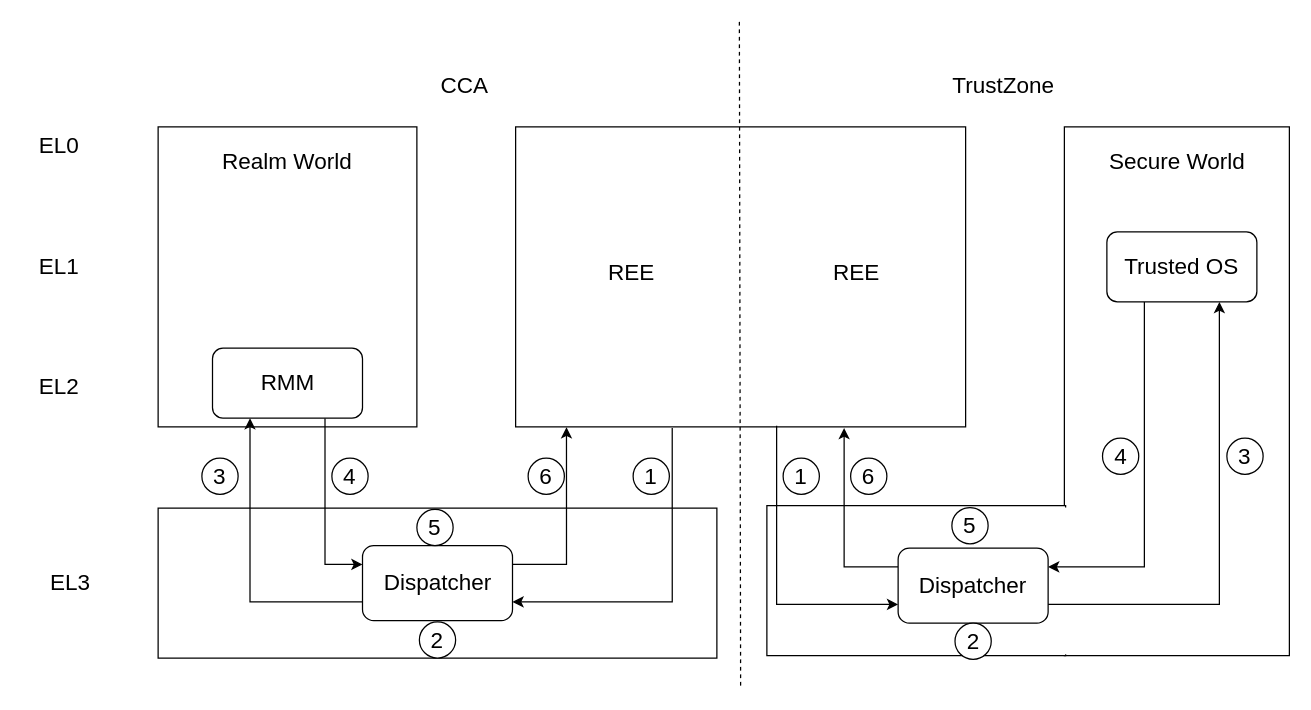
EdisonE3/vue_learn keeps this draw.io diagram as cs2.drawio. Above is the earlier version. Source tidied: cells renumbered, new cells numbered last; positions are measured from the earlier drawing's top-left corner, leaving out a move shared by most shapes. Both pictures are drawn from the tidied source at 125%, with x=0, y=0 at pixel (21, 21).
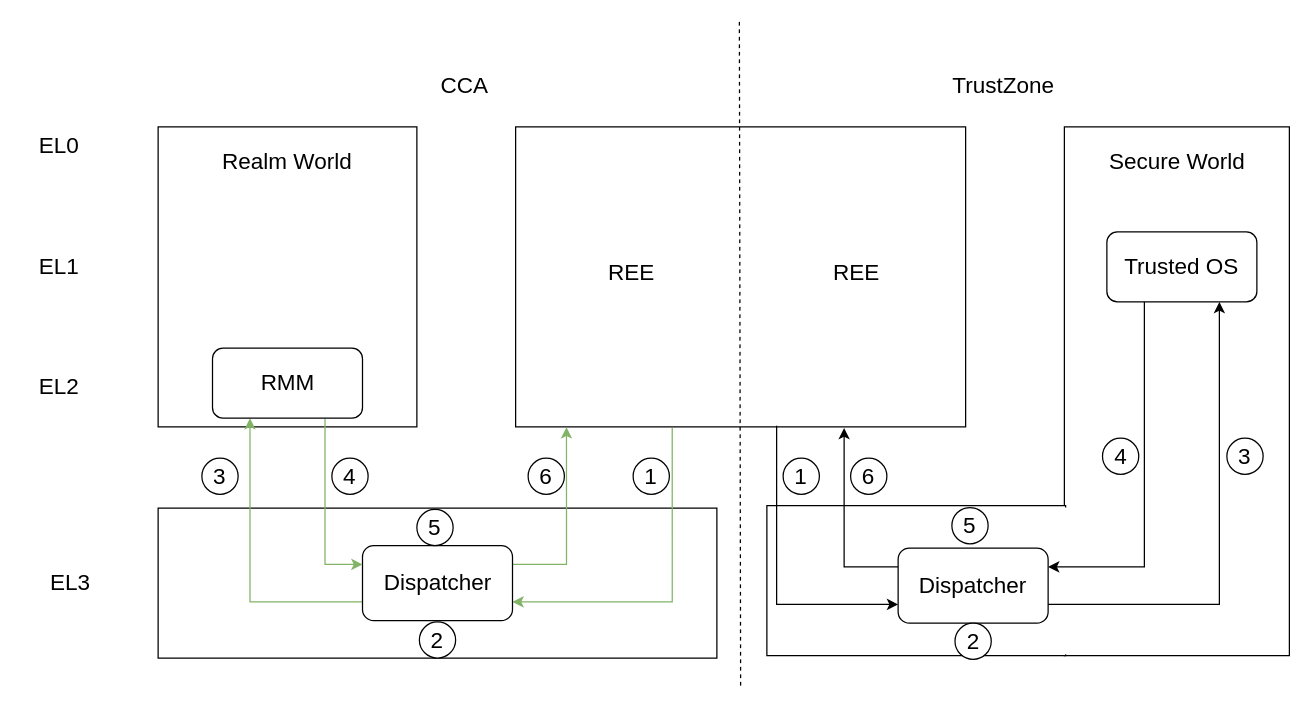
The same page after the edit.

The change refers to these unchanged cells:
```xml
<mxCell id="4" style="rounded=0;whiteSpace=wrap;html=1;" parent="1" vertex="1">
  <mxGeometry x="395" y="84" width="360" height="240" as="geometry" />
</mxCell>
<mxCell id="22" value="Dispatcher" style="rounded=1;whiteSpace=wrap;html=1;fontSize=18;fillColor=default;" parent="1" vertex="1">
  <mxGeometry x="272.5" y="419" width="120" height="60" as="geometry" />
</mxCell>
<mxCell id="28" value="RMM" style="rounded=1;whiteSpace=wrap;html=1;fontSize=18;fillColor=default;" parent="1" vertex="1">
  <mxGeometry x="152.5" y="261" width="120" height="56" as="geometry" />
</mxCell>
```

The edit, as a diff of the source:
```diff
@@
-    <mxCell id="3" style="edgeStyle=orthogonalEdgeStyle;rounded=0;jettySize=auto;html=1;exitX=0.348;exitY=1.004;exitDx=0;exitDy=0;entryX=1;entryY=0.75;entryDx=0;entryDy=0;fontSize=18;exitPerimeter=0;" parent="1" edge="1" source="4" target="22">
+    <mxCell id="3" style="edgeStyle=orthogonalEdgeStyle;rounded=0;jettySize=auto;html=1;exitX=0.348;exitY=1.004;exitDx=0;exitDy=0;entryX=1;entryY=0.75;entryDx=0;entryDy=0;fontSize=18;exitPerimeter=0;fillColor=#d5e8d4;strokeColor=#82b366;" parent="1" edge="1" source="4" target="22">
       <mxGeometry relative="1" as="geometry" />
     </mxCell>
@@
-    <mxCell id="20" style="edgeStyle=orthogonalEdgeStyle;rounded=0;jettySize=auto;html=1;exitX=0;exitY=0.75;exitDx=0;exitDy=0;entryX=0.25;entryY=1;entryDx=0;entryDy=0;fontSize=18;" parent="1" edge="1" source="22" target="28">
+    <mxCell id="20" style="edgeStyle=orthogonalEdgeStyle;rounded=0;jettySize=auto;html=1;exitX=0;exitY=0.75;exitDx=0;exitDy=0;entryX=0.25;entryY=1;entryDx=0;entryDy=0;fontSize=18;fillColor=#d5e8d4;strokeColor=#82b366;" parent="1" edge="1" source="22" target="28">
       <mxGeometry relative="1" as="geometry" />
     </mxCell>
-    <mxCell id="21" style="edgeStyle=orthogonalEdgeStyle;rounded=0;jettySize=auto;html=1;exitX=1;exitY=0.25;exitDx=0;exitDy=0;entryX=0.113;entryY=1.001;entryDx=0;entryDy=0;entryPerimeter=0;fontSize=18;" parent="1" edge="1" source="22" target="4">
+    <mxCell id="21" style="edgeStyle=orthogonalEdgeStyle;rounded=0;jettySize=auto;html=1;exitX=1;exitY=0.25;exitDx=0;exitDy=0;entryX=0.113;entryY=1.001;entryDx=0;entryDy=0;entryPerimeter=0;fontSize=18;fillColor=#d5e8d4;strokeColor=#82b366;" parent="1" edge="1" source="22" target="4">
       <mxGeometry relative="1" as="geometry" />
     </mxCell>
@@
-    <mxCell id="27" style="edgeStyle=orthogonalEdgeStyle;rounded=0;jettySize=auto;html=1;exitX=0.75;exitY=1;exitDx=0;exitDy=0;entryX=0;entryY=0.25;entryDx=0;entryDy=0;fontSize=18;" parent="1" edge="1" source="28" target="22">
+    <mxCell id="27" style="edgeStyle=orthogonalEdgeStyle;rounded=0;jettySize=auto;html=1;exitX=0.75;exitY=1;exitDx=0;exitDy=0;entryX=0;entryY=0.25;entryDx=0;entryDy=0;fontSize=18;fillColor=#d5e8d4;strokeColor=#82b366;" parent="1" edge="1" source="28" target="22">
       <mxGeometry relative="1" as="geometry" />
     </mxCell>
```
